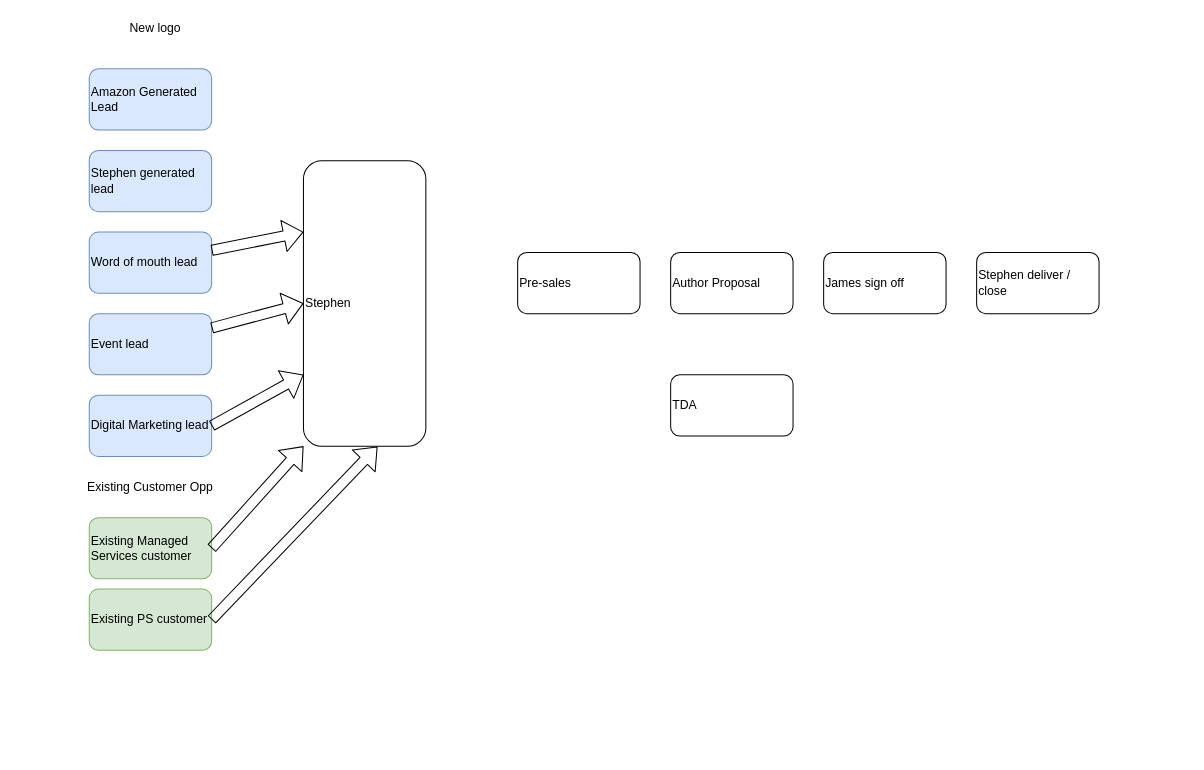
The draw.io diagram page "Sales Funnel" (1 of 2) of Processes.drawio in taupoali/awsdiagrams, before the edit. Source tidied: cells renumbered, new cells numbered last; positions are measured from the earlier drawing's top-left corner, leaving out a move shared by most shapes. Both pictures are drawn from the tidied source at 102%, with x=0, y=0 at pixel (68, 17).
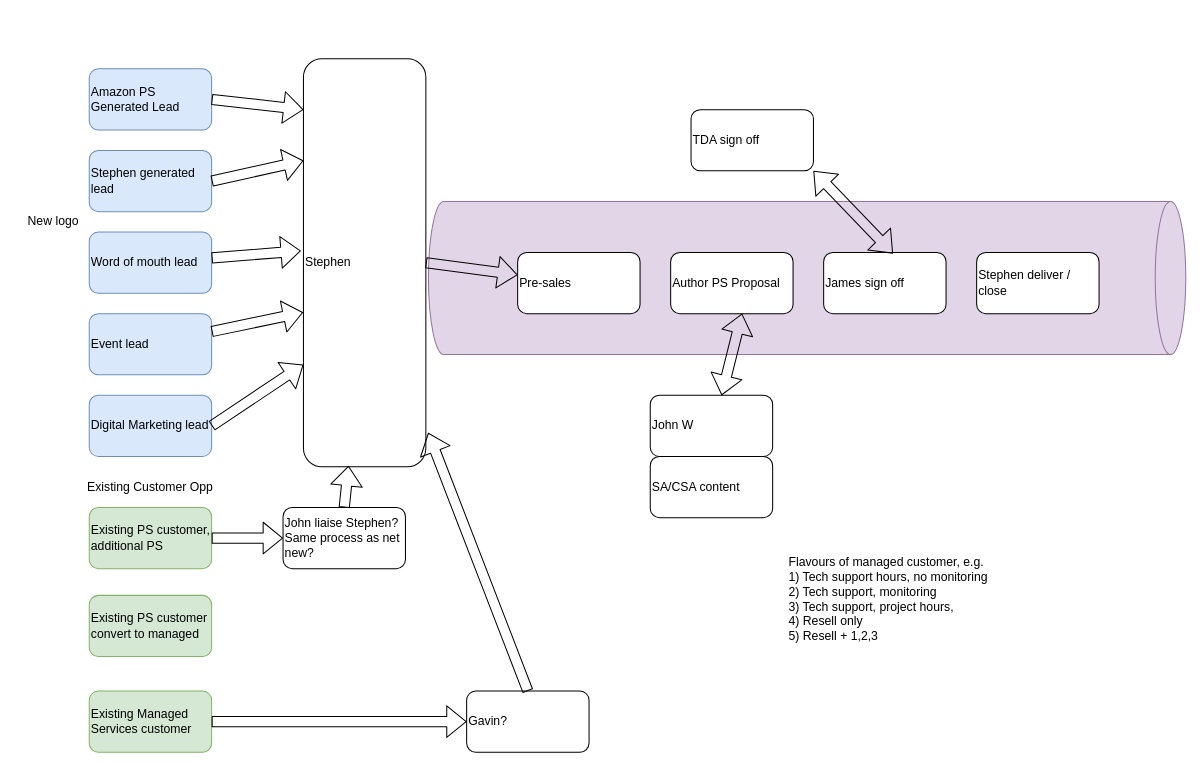
The same diagram, later.

Unchanged cells that the change refers to:
```xml
<mxCell id="3" value="Stephen generated lead" style="rounded=1;whiteSpace=wrap;html=1;align=left;fillColor=#dae8fc;strokeColor=#6c8ebf;" parent="1" vertex="1">
  <mxGeometry x="20" y="130" width="120" height="60" as="geometry" />
</mxCell>
<mxCell id="5" value="Word of mouth lead" style="rounded=1;whiteSpace=wrap;html=1;align=left;fillColor=#dae8fc;strokeColor=#6c8ebf;" parent="1" vertex="1">
  <mxGeometry x="20" y="210" width="120" height="60" as="geometry" />
</mxCell>
<mxCell id="6" value="Event lead" style="rounded=1;whiteSpace=wrap;html=1;align=left;fillColor=#dae8fc;strokeColor=#6c8ebf;" parent="1" vertex="1">
  <mxGeometry x="20" y="290" width="120" height="60" as="geometry" />
</mxCell>
<mxCell id="12" value="Pre-sales" style="rounded=1;whiteSpace=wrap;html=1;align=left;" parent="1" vertex="1">
  <mxGeometry x="440" y="230" width="120" height="60" as="geometry" />
</mxCell>
<mxCell id="15" value="James sign off" style="rounded=1;whiteSpace=wrap;html=1;align=left;" parent="1" vertex="1">
  <mxGeometry x="740" y="230" width="120" height="60" as="geometry" />
</mxCell>
```

Change to the diagram source:
```diff
@@
+    <mxCell id="22" style="shape=cylinder3;whiteSpace=wrap;html=1;boundedLbl=1;backgroundOutline=1;size=15;rotation=90;fillColor=#e1d5e7;strokeColor=#9673a6;" parent="1" vertex="1">
+      <mxGeometry x="648.8" y="-116.2" width="150" height="742.5" as="geometry" />
+    </mxCell>
-    <mxCell id="2" value="Amazon Generated Lead" style="rounded=1;whiteSpace=wrap;html=1;align=left;fillColor=#dae8fc;strokeColor=#6c8ebf;" parent="1" vertex="1">
+    <mxCell id="2" value="Amazon PS Generated Lead" style="rounded=1;whiteSpace=wrap;html=1;align=left;fillColor=#dae8fc;strokeColor=#6c8ebf;" parent="1" vertex="1">
       <mxGeometry x="20" y="50" width="120" height="60" as="geometry" />
     </mxCell>
@@
     <mxCell id="4" value="New logo&lt;br&gt;" style="text;html=1;strokeColor=none;fillColor=none;align=center;verticalAlign=middle;whiteSpace=wrap;rounded=0;" parent="1" vertex="1">
-      <mxGeometry x="50" width="70" height="20" as="geometry" />
+      <mxGeometry x="-50" y="190" width="70" height="20" as="geometry" />
     </mxCell>
@@
     <mxCell id="8" value="Stephen" style="rounded=1;whiteSpace=wrap;html=1;align=left;" parent="1" vertex="1">
-      <mxGeometry x="230" y="140" width="120" height="280" as="geometry" />
+      <mxGeometry x="230" y="40" width="120" height="400" as="geometry" />
     </mxCell>
     <mxCell id="9" value="Existing Managed Services customer" style="rounded=1;whiteSpace=wrap;html=1;align=left;fillColor=#d5e8d4;strokeColor=#82b366;" parent="1" vertex="1">
-      <mxGeometry x="20" y="490" width="120" height="60" as="geometry" />
+      <mxGeometry x="20" y="660" width="120" height="60" as="geometry" />
     </mxCell>
@@
-    <mxCell id="11" value="Existing PS customer" style="rounded=1;whiteSpace=wrap;html=1;align=left;fillColor=#d5e8d4;strokeColor=#82b366;" parent="1" vertex="1">
-      <mxGeometry x="20" y="560" width="120" height="60" as="geometry" />
+    <mxCell id="11" value="Existing PS customer, additional PS" style="rounded=1;whiteSpace=wrap;html=1;align=left;fillColor=#d5e8d4;strokeColor=#82b366;" parent="1" vertex="1">
+      <mxGeometry x="20" y="480" width="120" height="60" as="geometry" />
     </mxCell>
@@
-    <mxCell id="13" value="Author Proposal" style="rounded=1;whiteSpace=wrap;html=1;align=left;" parent="1" vertex="1">
+    <mxCell id="13" value="Author PS Proposal" style="rounded=1;whiteSpace=wrap;html=1;align=left;" parent="1" vertex="1">
       <mxGeometry x="590" y="230" width="120" height="60" as="geometry" />
     </mxCell>
-    <mxCell id="14" value="TDA" style="rounded=1;whiteSpace=wrap;html=1;align=left;" parent="1" vertex="1">
-      <mxGeometry x="590" y="350" width="120" height="60" as="geometry" />
+    <mxCell id="14" value="John W" style="rounded=1;whiteSpace=wrap;html=1;align=left;" parent="1" vertex="1">
+      <mxGeometry x="570" y="370" width="120" height="60" as="geometry" />
     </mxCell>
@@
-    <mxCell id="16" style="shape=flexArrow;endArrow=classic;html=1;exitX=1;exitY=0.5;exitDx=0;exitDy=0;entryX=0;entryY=1;entryDx=0;entryDy=0;" parent="1" edge="1" source="9" target="8">
+    <mxCell id="16" style="shape=flexArrow;endArrow=classic;html=1;exitX=1;exitY=0.5;exitDx=0;exitDy=0;entryX=0;entryY=0.5;entryDx=0;entryDy=0;" parent="1" edge="1" source="9" target="23">
       <mxGeometry relative="1" as="geometry" />
     </mxCell>
-    <mxCell id="17" style="shape=flexArrow;endArrow=classic;html=1;exitX=1;exitY=0.5;exitDx=0;exitDy=0;entryX=0.605;entryY=1.001;entryDx=0;entryDy=0;entryPerimeter=0;" parent="1" edge="1" source="11" target="8">
-      <mxGeometry relative="1" as="geometry" />
+    <mxCell id="17" style="shape=flexArrow;endArrow=classic;html=1;exitX=1;exitY=0.5;exitDx=0;exitDy=0;" parent="1" edge="1" source="11">
+      <mxGeometry relative="1" as="geometry">
+        <mxPoint x="210" y="510" as="targetPoint" />
+      </mxGeometry>
     </mxCell>
@@
-    <mxCell id="20" style="shape=flexArrow;endArrow=classic;html=1;entryX=0;entryY=0.5;entryDx=0;entryDy=0;" parent="1" edge="1" source="6" target="8">
+    <mxCell id="20" style="shape=flexArrow;endArrow=classic;html=1;entryX=-0.003;entryY=0.622;entryDx=0;entryDy=0;entryPerimeter=0;" parent="1" edge="1" source="6" target="8">
       <mxGeometry relative="1" as="geometry" />
     </mxCell>
-    <mxCell id="21" style="shape=flexArrow;endArrow=classic;html=1;entryX=0;entryY=0.25;entryDx=0;entryDy=0;" parent="1" edge="1" source="5" target="8">
+    <mxCell id="21" style="shape=flexArrow;endArrow=classic;html=1;entryX=-0.021;entryY=0.471;entryDx=0;entryDy=0;entryPerimeter=0;" parent="1" edge="1" source="5" target="8">
       <mxGeometry relative="1" as="geometry" />
     </mxCell>
+    <mxCell id="23" value="Gavin?" style="rounded=1;whiteSpace=wrap;html=1;align=left;" parent="1" vertex="1">
+      <mxGeometry x="390" y="660" width="120" height="60" as="geometry" />
+    </mxCell>
+    <mxCell id="24" style="shape=flexArrow;endArrow=classic;html=1;exitX=0.5;exitY=0;exitDx=0;exitDy=0;entryX=0.368;entryY=0.998;entryDx=0;entryDy=0;entryPerimeter=0;" parent="1" edge="1" source="25" target="8">
+      <mxGeometry relative="1" as="geometry" />
+    </mxCell>
+    <mxCell id="25" value="John liaise Stephen?Same process as net new?" style="rounded=1;whiteSpace=wrap;html=1;align=left;" parent="1" vertex="1">
+      <mxGeometry x="210" y="480" width="120" height="60" as="geometry" />
+    </mxCell>
+    <mxCell id="26" style="shape=flexArrow;endArrow=classic;html=1;exitX=0.5;exitY=0;exitDx=0;exitDy=0;entryX=1.019;entryY=0.917;entryDx=0;entryDy=0;entryPerimeter=0;" parent="1" edge="1" source="23" target="8">
+      <mxGeometry relative="1" as="geometry" />
+    </mxCell>
+    <mxCell id="27" style="shape=flexArrow;endArrow=classic;html=1;entryX=0;entryY=0.25;entryDx=0;entryDy=0;exitX=1;exitY=0.5;exitDx=0;exitDy=0;" parent="1" edge="1" source="3" target="8">
+      <mxGeometry relative="1" as="geometry" />
+    </mxCell>
+    <mxCell id="28" value="TDA sign off" style="rounded=1;whiteSpace=wrap;html=1;align=left;" parent="1" vertex="1">
+      <mxGeometry x="610" y="90" width="120" height="60" as="geometry" />
+    </mxCell>
+    <mxCell id="29" style="shape=flexArrow;endArrow=classic;html=1;exitX=1;exitY=0.5;exitDx=0;exitDy=0;" parent="1" edge="1" source="2">
+      <mxGeometry relative="1" as="geometry">
+        <mxPoint x="230" y="90" as="targetPoint" />
+      </mxGeometry>
+    </mxCell>
+    <mxCell id="30" style="shape=flexArrow;endArrow=classic;html=1;exitX=1;exitY=0.5;exitDx=0;exitDy=0;" parent="1" edge="1" source="8" target="12">
+      <mxGeometry relative="1" as="geometry" />
+    </mxCell>
+    <mxCell id="31" value="Existing PS customer convert to managed" style="rounded=1;whiteSpace=wrap;html=1;align=left;fillColor=#d5e8d4;strokeColor=#82b366;" parent="1" vertex="1">
+      <mxGeometry x="20" y="566.2" width="120" height="60" as="geometry" />
+    </mxCell>
+    <mxCell id="32" value="Flavours of managed customer, e.g.&lt;br&gt;1) Tech support hours, no monitoring&lt;br&gt;2) Tech support, monitoring&lt;br&gt;3) Tech support, project hours,&amp;nbsp;&lt;br&gt;4) Resell only&lt;br&gt;5) Resell + 1,2,3" style="text;html=1;strokeColor=none;fillColor=none;align=left;verticalAlign=middle;whiteSpace=wrap;rounded=0;" parent="1" vertex="1">
+      <mxGeometry x="703.8" y="560" width="246.2" height="20" as="geometry" />
+    </mxCell>
+    <mxCell id="33" style="shape=flexArrow;endArrow=classic;startArrow=classic;html=1;exitX=0.566;exitY=0.017;exitDx=0;exitDy=0;entryX=1;entryY=1;entryDx=0;entryDy=0;exitPerimeter=0;" parent="1" edge="1" source="15" target="28">
+      <mxGeometry relative="1" as="geometry" />
+    </mxCell>
+    <mxCell id="34" style="shape=flexArrow;endArrow=classic;startArrow=classic;html=1;exitX=0.75;exitY=0;exitDx=0;exitDy=0;entryX=0.75;entryY=1;entryDx=0;entryDy=0;" parent="1" edge="1">
+      <mxGeometry relative="1" as="geometry">
+        <mxPoint x="640" y="370" as="sourcePoint" />
+        <mxPoint x="660" y="290" as="targetPoint" />
+      </mxGeometry>
+    </mxCell>
+    <mxCell id="35" value="SA/CSA content" style="rounded=1;whiteSpace=wrap;html=1;align=left;" parent="1" vertex="1">
+      <mxGeometry x="570" y="430" width="120" height="60" as="geometry" />
+    </mxCell>
```
